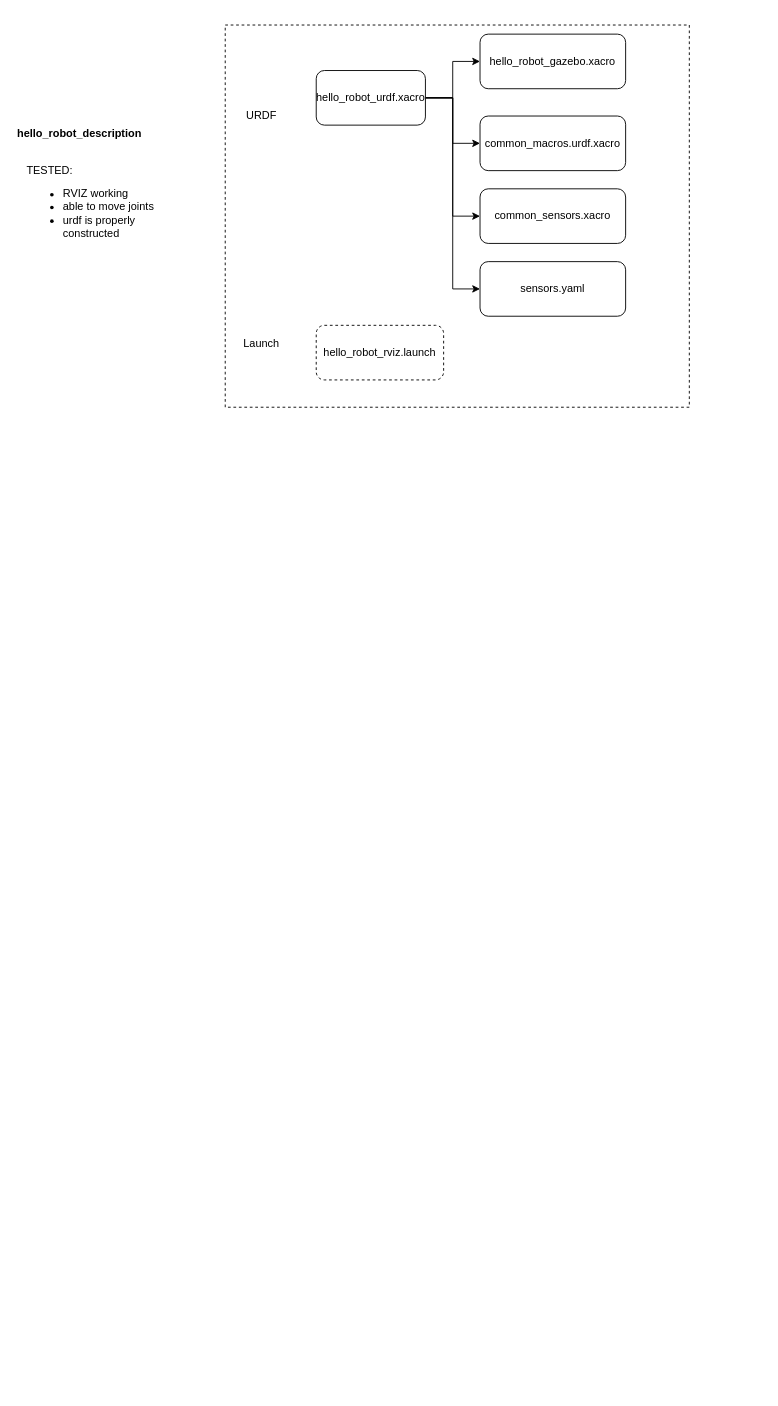
This is hello_robot_design.drawio from mukmalone/hello_robot, a draw.io file, before an edit. Source tidied: cells renumbered, new cells numbered last; positions are measured from the earlier drawing's top-left corner, leaving out a move shared by most shapes. Both pictures are drawn from the tidied source at 91%, with x=0, y=0 at pixel (25, 25).
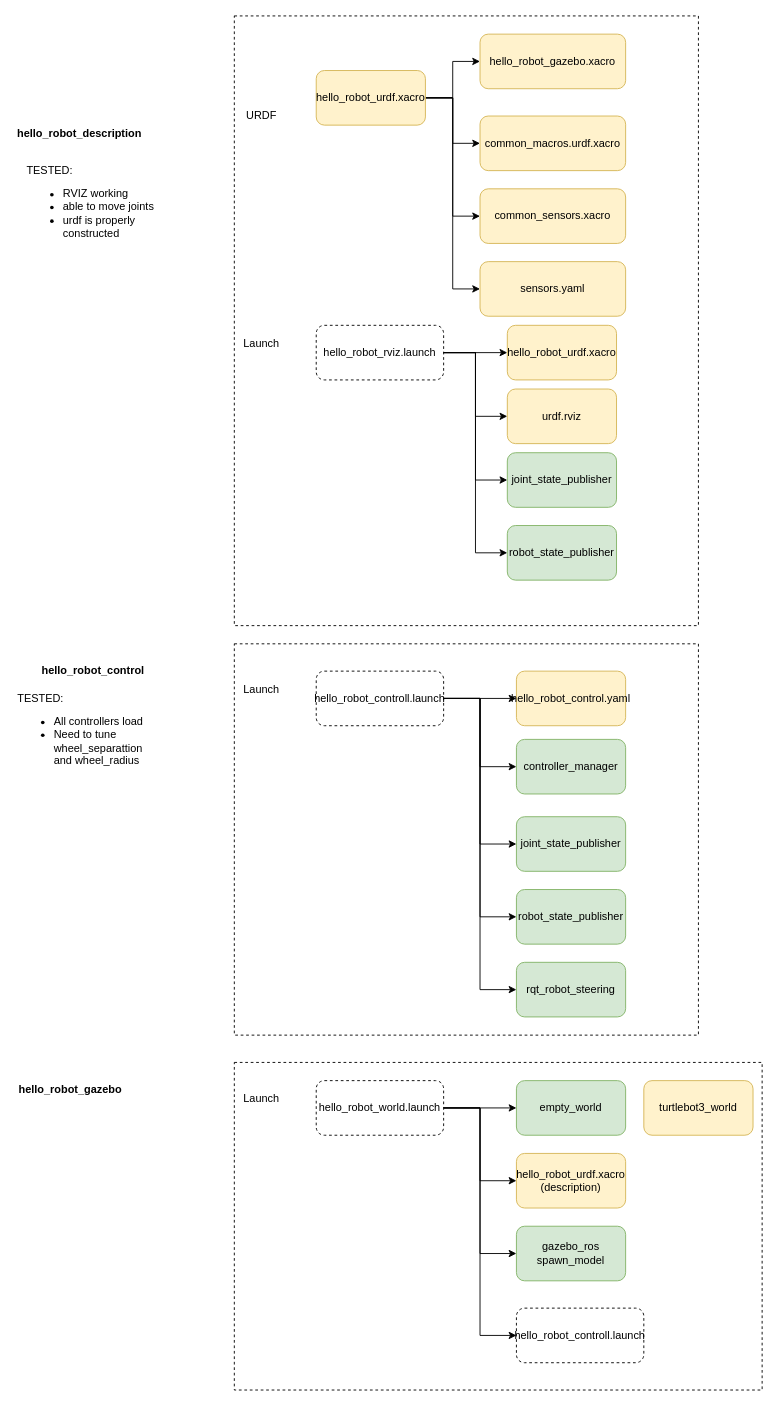
The same page after the edit.

Commit message:
Mapped upto gazebo package

Unchanged cells that the change refers to:
```xml
<mxCell id="14" value="hello_robot_rviz.launch" style="rounded=1;whiteSpace=wrap;html=1;dashed=1;fillColor=none;" parent="1" vertex="1">
  <mxGeometry x="320" y="330" width="140" height="60" as="geometry" />
</mxCell>
```

Diff of the diagram source:
```diff
@@
-    <mxCell id="2" style="rounded=0;whiteSpace=wrap;html=1;fillColor=none;dashed=1;" parent="1" vertex="1">
-      <mxGeometry x="220" width="510" height="420" as="geometry" />
-    </mxCell>
+    <mxCell id="17" style="rounded=0;whiteSpace=wrap;html=1;fillColor=none;dashed=1;" parent="1" vertex="1">
+      <mxGeometry x="230" y="-10" width="510" height="670" as="geometry" />
+    </mxCell>
@@
-    <mxCell id="7" value="hello_robot_urdf.xacro" style="rounded=1;whiteSpace=wrap;html=1;" parent="1" vertex="1">
+    <mxCell id="7" value="hello_robot_urdf.xacro" style="rounded=1;whiteSpace=wrap;html=1;fillColor=#fff2cc;strokeColor=#d6b656;" parent="1" vertex="1">
       <mxGeometry x="320" y="50" width="120" height="60" as="geometry" />
     </mxCell>
-    <mxCell id="8" value="&lt;div&gt;hello_robot_gazebo.xacro&lt;/div&gt;" style="rounded=1;whiteSpace=wrap;html=1;" parent="1" vertex="1">
+    <mxCell id="8" value="&lt;div&gt;hello_robot_gazebo.xacro&lt;/div&gt;" style="rounded=1;whiteSpace=wrap;html=1;fillColor=#fff2cc;strokeColor=#d6b656;" parent="1" vertex="1">
       <mxGeometry x="500" y="10" width="160" height="60" as="geometry" />
     </mxCell>
-    <mxCell id="9" value="common_macros.urdf.xacro" style="rounded=1;whiteSpace=wrap;html=1;" parent="1" vertex="1">
+    <mxCell id="9" value="common_macros.urdf.xacro" style="rounded=1;whiteSpace=wrap;html=1;fillColor=#fff2cc;strokeColor=#d6b656;" parent="1" vertex="1">
       <mxGeometry x="500" y="100" width="160" height="60" as="geometry" />
     </mxCell>
-    <mxCell id="10" value="common_sensors.xacro" style="rounded=1;whiteSpace=wrap;html=1;" parent="1" vertex="1">
+    <mxCell id="10" value="common_sensors.xacro" style="rounded=1;whiteSpace=wrap;html=1;fillColor=#fff2cc;strokeColor=#d6b656;" parent="1" vertex="1">
       <mxGeometry x="500" y="180" width="160" height="60" as="geometry" />
     </mxCell>
@@
+    <mxCell id="18" style="edgeStyle=orthogonalEdgeStyle;rounded=0;jettySize=auto;html=1;exitX=1;exitY=0.5;exitDx=0;exitDy=0;entryX=0;entryY=0.5;entryDx=0;entryDy=0;" parent="1" edge="1" source="14" target="35">
+      <mxGeometry relative="1" as="geometry" />
+    </mxCell>
+    <mxCell id="19" style="edgeStyle=orthogonalEdgeStyle;rounded=0;jettySize=auto;html=1;exitX=1;exitY=0.5;exitDx=0;exitDy=0;entryX=0;entryY=0.5;entryDx=0;entryDy=0;" parent="1" edge="1" source="14" target="36">
+      <mxGeometry relative="1" as="geometry" />
+    </mxCell>
+    <mxCell id="20" style="edgeStyle=orthogonalEdgeStyle;rounded=0;jettySize=auto;html=1;exitX=1;exitY=0.5;exitDx=0;exitDy=0;entryX=0;entryY=0.5;entryDx=0;entryDy=0;" parent="1" edge="1" source="14" target="37">
+      <mxGeometry relative="1" as="geometry" />
+    </mxCell>
+    <mxCell id="21" style="edgeStyle=orthogonalEdgeStyle;rounded=0;jettySize=auto;html=1;exitX=1;exitY=0.5;exitDx=0;exitDy=0;entryX=0;entryY=0.5;entryDx=0;entryDy=0;" parent="1" edge="1" source="14" target="38">
+      <mxGeometry relative="1" as="geometry" />
+    </mxCell>
@@
-    <mxCell id="16" value="sensors.yaml" style="rounded=1;whiteSpace=wrap;html=1;" parent="1" vertex="1">
+    <mxCell id="16" value="sensors.yaml" style="rounded=1;whiteSpace=wrap;html=1;fillColor=#fff2cc;strokeColor=#d6b656;" parent="1" vertex="1">
       <mxGeometry x="500" y="260" width="160" height="60" as="geometry" />
     </mxCell>
+    <mxCell id="22" value="hello_robot_control" style="text;html=1;strokeColor=none;fillColor=none;align=center;verticalAlign=middle;whiteSpace=wrap;rounded=0;dashed=1;fontStyle=1;" parent="1" vertex="1">
+      <mxGeometry x="55" y="700" width="40" height="20" as="geometry" />
+    </mxCell>
+    <mxCell id="23" style="rounded=0;whiteSpace=wrap;html=1;fillColor=none;dashed=1;" parent="1" vertex="1">
+      <mxGeometry x="230" y="680" width="510" height="430" as="geometry" />
+    </mxCell>
+    <mxCell id="24" value="hello_robot_control.yaml" style="rounded=1;whiteSpace=wrap;html=1;fillColor=#fff2cc;strokeColor=#d6b656;" parent="1" vertex="1">
+      <mxGeometry x="540" y="710" width="120" height="60" as="geometry" />
+    </mxCell>
+    <mxCell id="25" value="Launch" style="text;html=1;strokeColor=none;fillColor=none;align=center;verticalAlign=middle;whiteSpace=wrap;rounded=0;dashed=1;" parent="1" vertex="1">
+      <mxGeometry x="240" y="720" width="40" height="20" as="geometry" />
+    </mxCell>
+    <mxCell id="26" style="edgeStyle=orthogonalEdgeStyle;rounded=0;jettySize=auto;html=1;exitX=1;exitY=0.5;exitDx=0;exitDy=0;entryX=0;entryY=0.5;entryDx=0;entryDy=0;" parent="1" edge="1" source="31" target="24">
+      <mxGeometry relative="1" as="geometry" />
+    </mxCell>
+    <mxCell id="27" style="edgeStyle=orthogonalEdgeStyle;rounded=0;jettySize=auto;html=1;exitX=1;exitY=0.5;exitDx=0;exitDy=0;entryX=0;entryY=0.5;entryDx=0;entryDy=0;" parent="1" edge="1" source="31" target="32">
+      <mxGeometry relative="1" as="geometry" />
+    </mxCell>
+    <mxCell id="28" style="edgeStyle=orthogonalEdgeStyle;rounded=0;jettySize=auto;html=1;exitX=1;exitY=0.5;exitDx=0;exitDy=0;entryX=0;entryY=0.5;entryDx=0;entryDy=0;" parent="1" edge="1" source="31" target="33">
+      <mxGeometry relative="1" as="geometry" />
+    </mxCell>
+    <mxCell id="29" style="edgeStyle=orthogonalEdgeStyle;rounded=0;jettySize=auto;html=1;exitX=1;exitY=0.5;exitDx=0;exitDy=0;entryX=0;entryY=0.5;entryDx=0;entryDy=0;" parent="1" edge="1" source="31" target="34">
+      <mxGeometry relative="1" as="geometry" />
+    </mxCell>
+    <mxCell id="30" style="edgeStyle=orthogonalEdgeStyle;rounded=0;jettySize=auto;html=1;exitX=1;exitY=0.5;exitDx=0;exitDy=0;entryX=0;entryY=0.5;entryDx=0;entryDy=0;" parent="1" edge="1" source="31" target="39">
+      <mxGeometry relative="1" as="geometry" />
+    </mxCell>
+    <mxCell id="31" value="hello_robot_controll.launch" style="rounded=1;whiteSpace=wrap;html=1;dashed=1;fillColor=none;" parent="1" vertex="1">
+      <mxGeometry x="320" y="710" width="140" height="60" as="geometry" />
+    </mxCell>
+    <mxCell id="32" value="controller_manager" style="rounded=1;whiteSpace=wrap;html=1;fillColor=#d5e8d4;strokeColor=#82b366;" parent="1" vertex="1">
+      <mxGeometry x="540" y="785" width="120" height="60" as="geometry" />
+    </mxCell>
+    <mxCell id="33" value="joint_state_publisher" style="rounded=1;whiteSpace=wrap;html=1;fillColor=#d5e8d4;strokeColor=#82b366;" parent="1" vertex="1">
+      <mxGeometry x="540" y="870" width="120" height="60" as="geometry" />
+    </mxCell>
+    <mxCell id="34" value="rqt_robot_steering" style="rounded=1;whiteSpace=wrap;html=1;fillColor=#d5e8d4;strokeColor=#82b366;" parent="1" vertex="1">
+      <mxGeometry x="540" y="1030" width="120" height="60" as="geometry" />
+    </mxCell>
+    <mxCell id="35" value="hello_robot_urdf.xacro" style="rounded=1;whiteSpace=wrap;html=1;fillColor=#fff2cc;strokeColor=#d6b656;" parent="1" vertex="1">
+      <mxGeometry x="530" y="330" width="120" height="60" as="geometry" />
+    </mxCell>
+    <mxCell id="36" value="urdf.rviz" style="rounded=1;whiteSpace=wrap;html=1;fillColor=#fff2cc;strokeColor=#d6b656;" parent="1" vertex="1">
+      <mxGeometry x="530" y="400" width="120" height="60" as="geometry" />
+    </mxCell>
+    <mxCell id="37" value="joint_state_publisher" style="rounded=1;whiteSpace=wrap;html=1;fillColor=#d5e8d4;strokeColor=#82b366;" parent="1" vertex="1">
+      <mxGeometry x="530" y="470" width="120" height="60" as="geometry" />
+    </mxCell>
+    <mxCell id="38" value="robot_state_publisher" style="rounded=1;whiteSpace=wrap;html=1;fillColor=#d5e8d4;strokeColor=#82b366;" parent="1" vertex="1">
+      <mxGeometry x="530" y="550" width="120" height="60" as="geometry" />
+    </mxCell>
+    <mxCell id="39" value="robot_state_publisher" style="rounded=1;whiteSpace=wrap;html=1;fillColor=#d5e8d4;strokeColor=#82b366;" parent="1" vertex="1">
+      <mxGeometry x="540" y="950" width="120" height="60" as="geometry" />
+    </mxCell>
+    <mxCell id="40" value="&lt;div&gt;TESTED:&amp;nbsp;&lt;/div&gt;&lt;ul&gt;&lt;li&gt;All controllers load&lt;/li&gt;&lt;li&gt;Need to tune wheel_separattion and wheel_radius&lt;br&gt;&lt;/li&gt;&lt;/ul&gt;" style="text;html=1;strokeColor=none;fillColor=none;align=left;verticalAlign=middle;whiteSpace=wrap;rounded=0;dashed=1;" parent="1" vertex="1">
+      <mxGeometry x="-10" y="760" width="150" height="40" as="geometry" />
+    </mxCell>
+    <mxCell id="41" style="rounded=0;whiteSpace=wrap;html=1;fillColor=none;dashed=1;" parent="1" vertex="1">
+      <mxGeometry x="230" y="1140" width="580" height="360" as="geometry" />
+    </mxCell>
+    <mxCell id="42" value="hello_robot_gazebo" style="text;html=1;strokeColor=none;fillColor=none;align=center;verticalAlign=middle;whiteSpace=wrap;rounded=0;dashed=1;fontStyle=1;" parent="1" vertex="1">
+      <mxGeometry x="30" y="1160" width="40" height="20" as="geometry" />
+    </mxCell>
+    <mxCell id="43" value="empty_world" style="rounded=1;whiteSpace=wrap;html=1;fillColor=#d5e8d4;strokeColor=#82b366;" parent="1" vertex="1">
+      <mxGeometry x="540" y="1160" width="120" height="60" as="geometry" />
+    </mxCell>
+    <mxCell id="44" value="Launch" style="text;html=1;strokeColor=none;fillColor=none;align=center;verticalAlign=middle;whiteSpace=wrap;rounded=0;dashed=1;" parent="1" vertex="1">
+      <mxGeometry x="240" y="1170" width="40" height="20" as="geometry" />
+    </mxCell>
+    <mxCell id="45" style="edgeStyle=orthogonalEdgeStyle;rounded=0;jettySize=auto;html=1;exitX=1;exitY=0.5;exitDx=0;exitDy=0;entryX=0;entryY=0.5;entryDx=0;entryDy=0;" parent="1" edge="1" source="49" target="43">
+      <mxGeometry relative="1" as="geometry" />
+    </mxCell>
+    <mxCell id="46" style="edgeStyle=orthogonalEdgeStyle;rounded=0;jettySize=auto;html=1;exitX=1;exitY=0.5;exitDx=0;exitDy=0;entryX=0;entryY=0.5;entryDx=0;entryDy=0;" parent="1" edge="1" source="49" target="51">
+      <mxGeometry relative="1" as="geometry" />
+    </mxCell>
+    <mxCell id="47" style="edgeStyle=orthogonalEdgeStyle;rounded=0;jettySize=auto;html=1;exitX=1;exitY=0.5;exitDx=0;exitDy=0;entryX=0;entryY=0.5;entryDx=0;entryDy=0;" parent="1" edge="1" source="49" target="52">
+      <mxGeometry relative="1" as="geometry" />
+    </mxCell>
+    <mxCell id="48" style="edgeStyle=orthogonalEdgeStyle;rounded=0;jettySize=auto;html=1;exitX=1;exitY=0.5;exitDx=0;exitDy=0;entryX=0;entryY=0.5;entryDx=0;entryDy=0;" parent="1" edge="1" source="49" target="53">
+      <mxGeometry relative="1" as="geometry" />
+    </mxCell>
+    <mxCell id="49" value="hello_robot_world.launch" style="rounded=1;whiteSpace=wrap;html=1;dashed=1;fillColor=none;" parent="1" vertex="1">
+      <mxGeometry x="320" y="1160" width="140" height="60" as="geometry" />
+    </mxCell>
+    <mxCell id="50" value="turtlebot3_world" style="rounded=1;whiteSpace=wrap;html=1;fillColor=#fff2cc;strokeColor=#d6b656;" parent="1" vertex="1">
+      <mxGeometry x="680" y="1160" width="120" height="60" as="geometry" />
+    </mxCell>
+    <mxCell id="51" value="&lt;div&gt;hello_robot_urdf.xacro&lt;/div&gt;&lt;div&gt;(description)&lt;br&gt;&lt;/div&gt;" style="rounded=1;whiteSpace=wrap;html=1;fillColor=#fff2cc;strokeColor=#d6b656;" parent="1" vertex="1">
+      <mxGeometry x="540" y="1240" width="120" height="60" as="geometry" />
+    </mxCell>
+    <mxCell id="52" value="&lt;div&gt;gazebo_ros&lt;/div&gt;&lt;div&gt;spawn_model&lt;br&gt;&lt;/div&gt;" style="rounded=1;whiteSpace=wrap;html=1;fillColor=#d5e8d4;strokeColor=#82b366;" parent="1" vertex="1">
+      <mxGeometry x="540" y="1320" width="120" height="60" as="geometry" />
+    </mxCell>
+    <mxCell id="53" value="hello_robot_controll.launch" style="rounded=1;whiteSpace=wrap;html=1;dashed=1;fillColor=none;" parent="1" vertex="1">
+      <mxGeometry x="540" y="1410" width="140" height="60" as="geometry" />
+    </mxCell>
```
